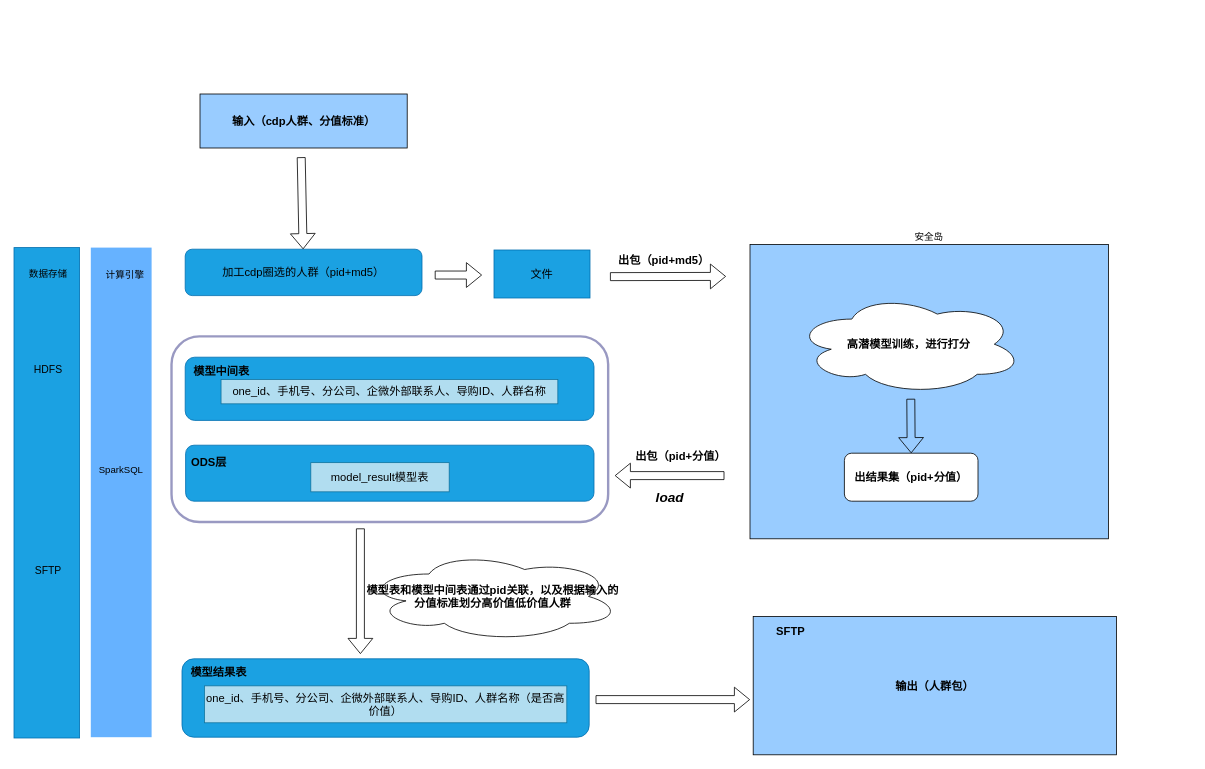
Above: source/安全岛模型.drawio in DThadch/draw (draw.io), before the change. Source tidied: cells renumbered, new cells numbered last; positions are measured from the earlier drawing's top-left corner, leaving out a move shared by most shapes. Both pictures are drawn from the tidied source at 80%, with x=0, y=0 at pixel (14, 94).
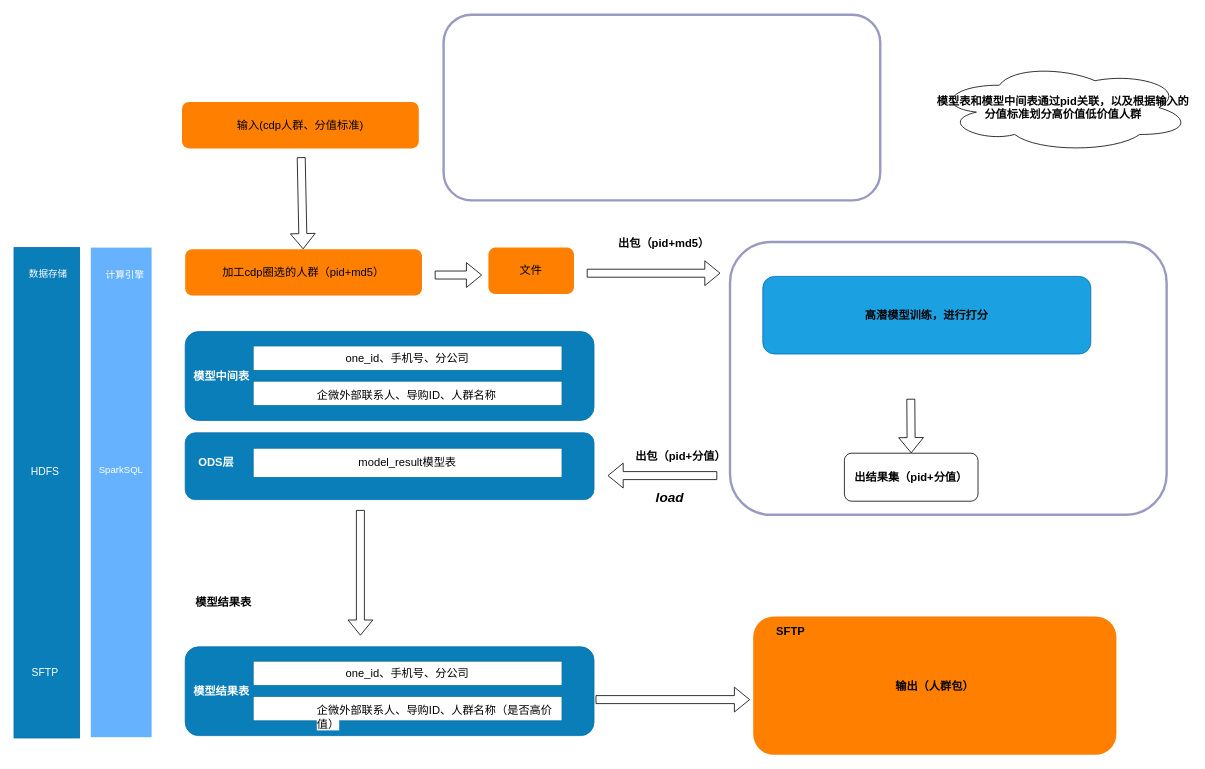
Above is the later version.

Commit message (it also covers changes not shown here):
更新安全岛模型.drawio

Change to the diagram source:
```diff
@@
-    <mxCell id="2" value="安全岛" style="rounded=0;whiteSpace=wrap;html=1;labelPosition=center;verticalLabelPosition=top;align=center;verticalAlign=bottom;fillColor=#99CCFF;" parent="1" vertex="1">
-      <mxGeometry x="920" y="188" width="448" height="368" as="geometry" />
-    </mxCell>
-    <mxCell id="3" value="&lt;font style=&quot;font-size: 14px;&quot;&gt;&lt;b&gt;高潜模型训练，进行打分&lt;/b&gt;&lt;/font&gt;" style="ellipse;shape=cloud;whiteSpace=wrap;html=1;" parent="1" vertex="1">
-      <mxGeometry x="976" y="250" width="285" height="125.5" as="geometry" />
-    </mxCell>
+    <mxCell id="38" style="rounded=1;whiteSpace=wrap;html=1;fillColor=#0a7eb8;strokeColor=#006EAF;fontColor=#0a7eb8;fontSize=14;" parent="1" vertex="1">
+      <mxGeometry x="214" y="423.5" width="511" height="83.5" as="geometry" />
+    </mxCell>
@@
     <mxCell id="6" style="shape=flexArrow;endArrow=classic;html=1;rounded=0;" parent="1" edge="1">
       <mxGeometry relative="1" as="geometry">
-        <mxPoint x="745" y="228.3" as="sourcePoint" />
-        <mxPoint x="890" y="228" as="targetPoint" />
+        <mxPoint x="716" y="224" as="sourcePoint" />
+        <mxPoint x="883" y="224" as="targetPoint" />
       </mxGeometry>
     </mxCell>
     <mxCell id="7" value="出包（pid+md5）" style="text;html=1;strokeColor=none;fillColor=none;align=center;verticalAlign=middle;whiteSpace=wrap;rounded=0;fontStyle=1;fontSize=14;" parent="1" vertex="1">
-      <mxGeometry x="741" y="194" width="143" height="28" as="geometry" />
+      <mxGeometry x="741" y="173" width="143" height="28" as="geometry" />
     </mxCell>
     <mxCell id="8" style="shape=flexArrow;endArrow=classic;html=1;rounded=0;" parent="1" edge="1">
       <mxGeometry relative="1" as="geometry">
-        <mxPoint x="888" y="477" as="sourcePoint" />
-        <mxPoint x="751" y="477" as="targetPoint" />
+        <mxPoint x="879" y="477" as="sourcePoint" />
+        <mxPoint x="742" y="477" as="targetPoint" />
       </mxGeometry>
     </mxCell>
@@
-    <mxCell id="10" value="输入（cdp人群、分值标准）" style="rounded=0;whiteSpace=wrap;html=1;fillColor=#99CCFF;fontSize=14;fontStyle=1;" parent="1" vertex="1">
-      <mxGeometry x="232.5" width="259" height="67.5" as="geometry" />
-    </mxCell>
-    <mxCell id="11" style="rounded=0;whiteSpace=wrap;html=1;fontSize=15;fontColor=#ffffff;fillColor=#1ba1e2;labelBackgroundColor=#33FFFF;strokeColor=#006EAF;" parent="1" vertex="1">
+    <mxCell id="11" style="rounded=0;whiteSpace=wrap;html=1;fontSize=15;fontColor=#ffffff;fillColor=#0a7eb8;labelBackgroundColor=#33FFFF;strokeColor=#006EAF;" parent="1" vertex="1">
       <mxGeometry y="192" width="82" height="613" as="geometry" />
     </mxCell>
-    <mxCell id="12" value="&lt;font color=&quot;#000000&quot; style=&quot;font-size: 12px;&quot;&gt;数据存储&lt;/font&gt;" style="text;html=1;strokeColor=none;fillColor=none;align=center;verticalAlign=middle;whiteSpace=wrap;rounded=0;fontSize=12;fontColor=#FFFFFF;" parent="1" vertex="1">
+    <mxCell id="12" value="&lt;font style=&quot;font-size: 12px;&quot;&gt;数据存储&lt;/font&gt;" style="text;html=1;strokeColor=none;fillColor=none;align=center;verticalAlign=middle;whiteSpace=wrap;rounded=0;fontSize=12;fontColor=#FFFFFF;" parent="1" vertex="1">
       <mxGeometry x="12.5" y="210" width="60" height="30" as="geometry" />
     </mxCell>
-    <mxCell id="13" value="HDFS" style="text;html=1;strokeColor=none;fillColor=none;align=center;verticalAlign=middle;whiteSpace=wrap;rounded=0;labelBackgroundColor=none;fontSize=13;fontColor=#000000;" parent="1" vertex="1">
-      <mxGeometry x="12.5" y="329" width="60" height="30" as="geometry" />
+    <mxCell id="13" value="HDFS" style="text;html=1;strokeColor=none;fillColor=none;align=center;verticalAlign=middle;whiteSpace=wrap;rounded=0;labelBackgroundColor=none;fontSize=13;fontColor=#FFFFFF;" parent="1" vertex="1">
+      <mxGeometry x="9" y="457.2" width="60" height="30" as="geometry" />
     </mxCell>
-    <mxCell id="14" style="rounded=0;whiteSpace=wrap;html=1;fontSize=15;fontColor=#FFFFFF;fillColor=#66B2FF;labelBackgroundColor=#33FFFF;strokeColor=none;" parent="1" vertex="1">
+    <mxCell id="14" style="rounded=0;whiteSpace=wrap;html=1;fontSize=15;fontColor=default;fillColor=#66B2FF;labelBackgroundColor=#33FFFF;strokeColor=none;" parent="1" vertex="1">
       <mxGeometry x="96" y="192" width="76" height="612" as="geometry" />
     </mxCell>
-    <mxCell id="15" value="&lt;font color=&quot;#000000&quot; style=&quot;font-size: 12px;&quot;&gt;计算引擎&lt;/font&gt;" style="text;html=1;strokeColor=none;fillColor=none;align=center;verticalAlign=middle;whiteSpace=wrap;rounded=0;fontSize=12;fontColor=#FFFFFF;" parent="1" vertex="1">
+    <mxCell id="15" value="&lt;font style=&quot;font-size: 12px;&quot;&gt;计算引擎&lt;/font&gt;" style="text;html=1;strokeColor=none;fillColor=none;align=center;verticalAlign=middle;whiteSpace=wrap;rounded=0;fontSize=12;fontColor=#FFFFFF;" parent="1" vertex="1">
       <mxGeometry x="109" y="212" width="60" height="30" as="geometry" />
     </mxCell>
-    <mxCell id="16" value="SparkSQL" style="text;html=1;strokeColor=none;fillColor=none;align=center;verticalAlign=middle;whiteSpace=wrap;rounded=0;labelBackgroundColor=none;fontSize=12;fontColor=#000000;" parent="1" vertex="1">
+    <mxCell id="16" value="SparkSQL" style="text;html=1;strokeColor=none;fillColor=none;align=center;verticalAlign=middle;whiteSpace=wrap;rounded=0;labelBackgroundColor=none;fontSize=12;fontColor=#FFFFFF;" parent="1" vertex="1">
       <mxGeometry x="104" y="455" width="60" height="30" as="geometry" />
     </mxCell>
-    <mxCell id="17" value="SFTP" style="text;html=1;strokeColor=none;fillColor=none;align=center;verticalAlign=middle;whiteSpace=wrap;rounded=0;labelBackgroundColor=none;fontSize=13;fontColor=#000000;" parent="1" vertex="1">
-      <mxGeometry x="12.5" y="580" width="60" height="30" as="geometry" />
+    <mxCell id="17" value="SFTP" style="text;html=1;strokeColor=none;fillColor=none;align=center;verticalAlign=middle;whiteSpace=wrap;rounded=0;labelBackgroundColor=none;fontSize=13;fontColor=#FFFFFF;" parent="1" vertex="1">
+      <mxGeometry x="9" y="708" width="60" height="30" as="geometry" />
     </mxCell>
-    <mxCell id="18" value="加工cdp圈选的人群（pid+md5）" style="rounded=1;whiteSpace=wrap;html=1;fillColor=#1ba1e2;strokeColor=#006EAF;fontColor=#000000;fontSize=14;" parent="1" vertex="1">
+    <mxCell id="18" value="加工cdp圈选的人群（pid+md5）" style="rounded=1;whiteSpace=wrap;html=1;fillColor=#FF8000;strokeColor=none;fontColor=#000000;fontSize=14;" parent="1" vertex="1">
       <mxGeometry x="214" y="194" width="296" height="58" as="geometry" />
     </mxCell>
-    <mxCell id="19" value="文件" style="rounded=0;whiteSpace=wrap;html=1;fillColor=#1ba1e2;fontColor=#000000;strokeColor=#006EAF;fontSize=14;" parent="1" vertex="1">
-      <mxGeometry x="600" y="195" width="120" height="60" as="geometry" />
-    </mxCell>
@@
-    <mxCell id="21" style="rounded=1;whiteSpace=wrap;html=1;fillColor=#1ba1e2;strokeColor=#006EAF;fontColor=#ffffff;fontSize=14;" parent="1" vertex="1">
-      <mxGeometry x="214.5" y="439" width="510.5" height="70" as="geometry" />
-    </mxCell>
@@
-    <mxCell id="23" value="ODS层" style="text;html=1;strokeColor=none;fillColor=none;align=center;verticalAlign=middle;whiteSpace=wrap;rounded=0;fontSize=14;fontStyle=1;" parent="1" vertex="1">
-      <mxGeometry x="214" y="446" width="60" height="30" as="geometry" />
+    <mxCell id="23" value="&lt;font color=&quot;#ffffff&quot;&gt;ODS层&lt;/font&gt;" style="text;html=1;strokeColor=none;fillColor=none;align=center;verticalAlign=middle;whiteSpace=wrap;rounded=0;fontSize=14;fontStyle=1;" parent="1" vertex="1">
+      <mxGeometry x="223" y="446" width="60" height="30" as="geometry" />
     </mxCell>
-    <mxCell id="24" value="model_result模型表" style="rounded=0;whiteSpace=wrap;html=1;fillColor=#b1ddf0;strokeColor=#10739e;fontSize=14;" parent="1" vertex="1">
-      <mxGeometry x="371" y="460.8" width="173" height="36.5" as="geometry" />
+    <mxCell id="24" value="model_result模型表" style="rounded=0;whiteSpace=wrap;html=1;fillColor=#FFFFFF;strokeColor=#10739e;fontSize=14;" parent="1" vertex="1">
+      <mxGeometry x="299" y="442.8" width="386" height="36.5" as="geometry" />
     </mxCell>
-    <mxCell id="25" style="rounded=1;whiteSpace=wrap;html=1;fillColor=#1ba1e2;strokeColor=#006EAF;fontColor=#ffffff;fontSize=14;" parent="1" vertex="1">
-      <mxGeometry x="210" y="706" width="509" height="98" as="geometry" />
-    </mxCell>
     <mxCell id="26" style="shape=flexArrow;endArrow=classic;html=1;rounded=0;" parent="1" edge="1">
       <mxGeometry relative="1" as="geometry">
-        <mxPoint x="433" y="543" as="sourcePoint" />
-        <mxPoint x="433" y="700" as="targetPoint" />
+        <mxPoint x="433" y="520" as="sourcePoint" />
+        <mxPoint x="433" y="677" as="targetPoint" />
       </mxGeometry>
     </mxCell>
-    <mxCell id="27" value="输出（人群包）" style="rounded=0;whiteSpace=wrap;html=1;fillColor=#99CCFF;fontSize=14;fontStyle=1;" parent="1" vertex="1">
+    <mxCell id="27" value="输出（人群包）" style="rounded=1;whiteSpace=wrap;html=1;fillColor=#FF8000;fontSize=14;fontStyle=1;strokeColor=none;" parent="1" vertex="1">
       <mxGeometry x="924" y="653" width="454" height="173" as="geometry" />
     </mxCell>
@@
-    <mxCell id="30" style="rounded=1;whiteSpace=wrap;html=1;fillColor=#1ba1e2;strokeColor=#006EAF;fontColor=#ffffff;fontSize=14;" parent="1" vertex="1">
-      <mxGeometry x="214" y="329" width="511" height="79" as="geometry" />
+    <mxCell id="30" style="rounded=1;whiteSpace=wrap;html=1;fillColor=#0a7eb8;strokeColor=#006EAF;fontColor=#ffffff;fontSize=14;" parent="1" vertex="1">
+      <mxGeometry x="214" y="297" width="511" height="111" as="geometry" />
     </mxCell>
-    <mxCell id="31" value="模型中间表" style="text;html=1;strokeColor=none;fillColor=none;align=center;verticalAlign=middle;whiteSpace=wrap;rounded=0;fontSize=14;fontStyle=1;" parent="1" vertex="1">
-      <mxGeometry x="210" y="332" width="98.5" height="30" as="geometry" />
+    <mxCell id="31" value="&lt;font color=&quot;#ffffff&quot;&gt;模型中间表&lt;/font&gt;" style="text;html=1;strokeColor=none;fillColor=none;align=center;verticalAlign=middle;whiteSpace=wrap;rounded=0;fontSize=14;fontStyle=1;" parent="1" vertex="1">
+      <mxGeometry x="210" y="338" width="98.5" height="30" as="geometry" />
     </mxCell>
-    <mxCell id="32" value="one_id、手机号、分公司、企微外部联系人、导购ID、人群名称" style="rounded=0;whiteSpace=wrap;html=1;fillColor=#b1ddf0;strokeColor=#10739e;fontSize=14;" parent="1" vertex="1">
-      <mxGeometry x="258.8" y="356.8" width="421" height="30.5" as="geometry" />
-    </mxCell>
     <mxCell id="33" value="模型结果表" style="text;html=1;strokeColor=none;fillColor=none;align=center;verticalAlign=middle;whiteSpace=wrap;rounded=0;fontStyle=1;fontSize=14;" parent="1" vertex="1">
-      <mxGeometry x="177" y="711" width="158" height="24" as="geometry" />
+      <mxGeometry x="183" y="624" width="158" height="24" as="geometry" />
     </mxCell>
     <mxCell id="34" style="rounded=1;whiteSpace=wrap;html=1;fillColor=none;strokeColor=#000066;opacity=40;strokeWidth=3;" parent="1" vertex="1">
-      <mxGeometry x="196.9" y="303" width="545.8" height="232" as="geometry" />
+      <mxGeometry x="537" y="-99" width="545.8" height="232" as="geometry" />
     </mxCell>
     <mxCell id="35" value="模型表和模型中间表通过pid关联，以及根据输入的分值标准划分高价值低价值人群" style="ellipse;shape=cloud;whiteSpace=wrap;html=1;align=center;fontStyle=1;fontSize=14;" parent="1" vertex="1">
-      <mxGeometry x="439" y="572" width="319" height="112" as="geometry" />
+      <mxGeometry x="1152" y="-39" width="319" height="112" as="geometry" />
     </mxCell>
-    <mxCell id="36" value="one_id、手机号、分公司、企微外部联系人、导购ID、人群名称（是否高价值）" style="rounded=0;whiteSpace=wrap;html=1;fillColor=#b1ddf0;strokeColor=#10739e;fontSize=14;" parent="1" vertex="1">
-      <mxGeometry x="238" y="739.8" width="453" height="46.2" as="geometry" />
-    </mxCell>
@@
+    <mxCell id="3" value="&lt;b style=&quot;border-color: var(--border-color); color: rgb(0, 0, 0);&quot;&gt;高潜模型训练，进行打分&lt;/b&gt;" style="rounded=1;whiteSpace=wrap;html=1;fillColor=#1ba1e2;strokeColor=#006EAF;fontColor=#ffffff;fontSize=14;" parent="1" vertex="1">
+      <mxGeometry x="936" y="228" width="410" height="97" as="geometry" />
+    </mxCell>
+    <mxCell id="39" style="rounded=1;whiteSpace=wrap;html=1;fillColor=none;strokeColor=#000066;opacity=40;strokeWidth=3;" parent="1" vertex="1">
+      <mxGeometry x="895" y="185" width="545.8" height="341" as="geometry" />
+    </mxCell>
+    <mxCell id="40" value="one_id、手机号、分公司" style="rounded=0;whiteSpace=wrap;html=1;fillColor=#FFFFFF;strokeColor=#10739e;fontSize=14;" parent="1" vertex="1">
+      <mxGeometry x="299" y="315" width="386" height="30.5" as="geometry" />
+    </mxCell>
+    <mxCell id="41" style="rounded=0;whiteSpace=wrap;html=1;fillColor=#FFFFFF;strokeColor=#10739e;fontSize=14;" parent="1" vertex="1">
+      <mxGeometry x="299" y="359" width="386" height="30.5" as="geometry" />
+    </mxCell>
+    <mxCell id="42" value="&lt;span style=&quot;color: rgb(0, 0, 0); font-family: Helvetica; font-size: 14px; font-style: normal; font-variant-ligatures: normal; font-variant-caps: normal; font-weight: 400; letter-spacing: normal; orphans: 2; text-align: center; text-indent: 0px; text-transform: none; widows: 2; word-spacing: 0px; -webkit-text-stroke-width: 0px; background-color: rgb(255, 255, 255); text-decoration-thickness: initial; text-decoration-style: initial; text-decoration-color: initial; float: none; display: inline !important;&quot;&gt;企微外部联系人、导购ID、人群名称&lt;/span&gt;" style="text;whiteSpace=wrap;html=1;" parent="1" vertex="1">
+      <mxGeometry x="377" y="362" width="302.9" height="39" as="geometry" />
+    </mxCell>
+    <mxCell id="43" value="输入(cdp人群、分值标准)" style="rounded=1;whiteSpace=wrap;html=1;fillColor=#FF8000;strokeColor=none;fontColor=#000000;fontSize=14;" parent="1" vertex="1">
+      <mxGeometry x="210" y="10" width="296" height="58" as="geometry" />
+    </mxCell>
+    <mxCell id="19" value="文件" style="rounded=1;whiteSpace=wrap;html=1;fillColor=#FF8000;strokeColor=none;fontColor=#000000;fontSize=14;" parent="1" vertex="1">
+      <mxGeometry x="593" y="192" width="107" height="58" as="geometry" />
+    </mxCell>
+    <mxCell id="44" style="rounded=1;whiteSpace=wrap;html=1;fillColor=#0a7eb8;strokeColor=#006EAF;fontColor=#ffffff;fontSize=14;" parent="1" vertex="1">
+      <mxGeometry x="214" y="691" width="511" height="111" as="geometry" />
+    </mxCell>
+    <mxCell id="45" value="&lt;font color=&quot;#ffffff&quot;&gt;模型结果表&lt;/font&gt;" style="text;html=1;strokeColor=none;fillColor=none;align=center;verticalAlign=middle;whiteSpace=wrap;rounded=0;fontSize=14;fontStyle=1;" parent="1" vertex="1">
+      <mxGeometry x="210" y="732" width="98.5" height="30" as="geometry" />
+    </mxCell>
+    <mxCell id="46" value="one_id、手机号、分公司" style="rounded=0;whiteSpace=wrap;html=1;fillColor=#FFFFFF;strokeColor=#10739e;fontSize=14;" parent="1" vertex="1">
+      <mxGeometry x="299" y="709" width="386" height="30.5" as="geometry" />
+    </mxCell>
+    <mxCell id="47" style="rounded=0;whiteSpace=wrap;html=1;fillColor=#FFFFFF;strokeColor=#10739e;fontSize=14;" parent="1" vertex="1">
+      <mxGeometry x="299" y="753" width="386" height="30.5" as="geometry" />
+    </mxCell>
+    <mxCell id="48" value="&lt;span style=&quot;color: rgb(0, 0, 0); font-family: Helvetica; font-size: 14px; font-style: normal; font-variant-ligatures: normal; font-variant-caps: normal; font-weight: 400; letter-spacing: normal; orphans: 2; text-align: center; text-indent: 0px; text-transform: none; widows: 2; word-spacing: 0px; -webkit-text-stroke-width: 0px; background-color: rgb(255, 255, 255); text-decoration-thickness: initial; text-decoration-style: initial; text-decoration-color: initial; float: none; display: inline !important;&quot;&gt;企微外部联系人、导购ID、人群名称（是否高价值）&lt;/span&gt;" style="text;whiteSpace=wrap;html=1;" parent="1" vertex="1">
+      <mxGeometry x="377" y="756" width="302.9" height="39" as="geometry" />
+    </mxCell>
```
